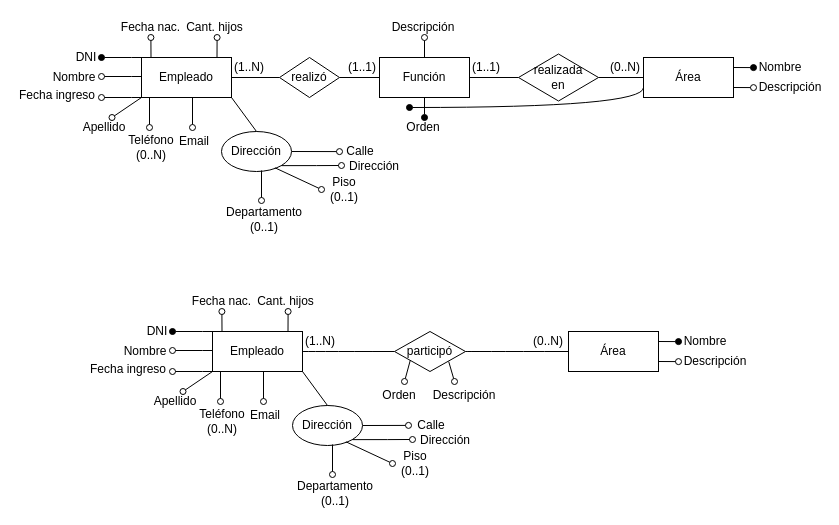
joakospinelli/DBD keeps this draw.io diagram as page "Ejercicio 5" (5 of 9) of Práctica 1/Diagramas.drawio. Above is the earlier version. Source tidied: cells renumbered, new cells numbered last; positions are measured from the earlier drawing's top-left corner, leaving out a move shared by most shapes. Both pictures are drawn from the tidied source at 100%, with x=0, y=0 at pixel (17, 17).
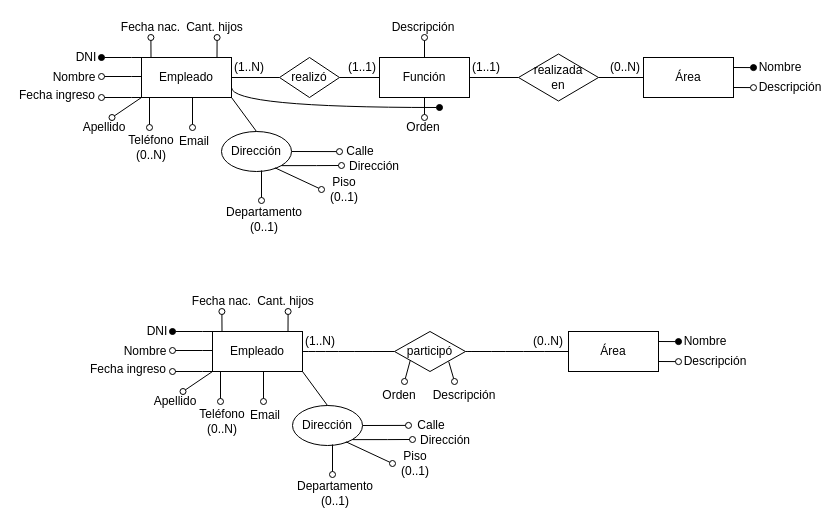
Above is the later version.

Unchanged cells that the change refers to:
```xml
<mxCell id="4" value="Área" style="rounded=0;whiteSpace=wrap;html=1;" parent="1" vertex="1">
  <mxGeometry x="626" y="40" width="90" height="40" as="geometry" />
</mxCell>
<mxCell id="9" value="Empleado" style="rounded=0;whiteSpace=wrap;html=1;" parent="1" vertex="1">
  <mxGeometry x="124" y="40" width="90" height="40" as="geometry" />
</mxCell>
<mxCell id="37" value="Función" style="rounded=0;whiteSpace=wrap;html=1;" parent="1" vertex="1">
  <mxGeometry x="362" y="40" width="90" height="40" as="geometry" />
</mxCell>
```

Change to the diagram source:
```diff
@@
-    <mxCell id="36" style="edgeStyle=none;rounded=0;jettySize=auto;html=1;exitX=0.5;exitY=1;exitDx=0;exitDy=0;endArrow=oval;endFill=1;" parent="1" edge="1" source="37">
+    <mxCell id="36" style="edgeStyle=none;rounded=0;jettySize=auto;html=1;exitX=0.5;exitY=1;exitDx=0;exitDy=0;endArrow=oval;endFill=0;" parent="1" edge="1" source="37">
       <mxGeometry relative="1" as="geometry">
         <mxPoint x="407" y="100" as="targetPoint" />
       </mxGeometry>
     </mxCell>
@@
-    <mxCell id="49" style="endArrow=none;html=1;rounded=0;entryX=0;entryY=0.75;entryDx=0;entryDy=0;edgeStyle=orthogonalEdgeStyle;curved=1;startArrow=oval;startFill=1;" parent="1" edge="1" target="4">
+    <mxCell id="49" style="endArrow=none;html=1;rounded=0;edgeStyle=orthogonalEdgeStyle;curved=1;startArrow=oval;startFill=1;entryX=1;entryY=0.75;entryDx=0;entryDy=0;" parent="1" edge="1" target="9">
       <mxGeometry relative="1" as="geometry">
-        <mxPoint x="392" y="90" as="sourcePoint" />
+        <mxPoint x="422" y="90" as="sourcePoint" />
         <Array as="points">
-          <mxPoint x="626" y="90" />
+          <mxPoint x="214" y="90" />
         </Array>
       </mxGeometry>
     </mxCell>
```
